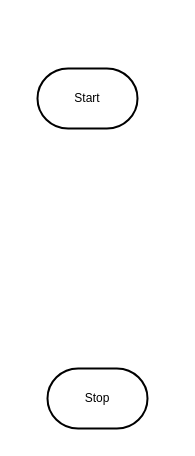
Earlier version of the draw.io diagram design/flowchart.drawio (MTHS-ICD2O-1-2024/ICD2O-Unit-6-04-Adrina-peighambarzadeh). Source tidied: cells renumbered, new cells numbered last; positions are measured from the earlier drawing's top-left corner, leaving out a move shared by most shapes. Both pictures are drawn from the tidied source at 100%, with x=0, y=0 at pixel (37, 68).
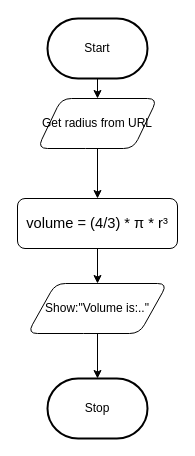
The same page after the edit.

Change to the diagram source:
```diff
@@
 <mxGraphModel>
   <root>
     <mxCell id="0" />
     <mxCell id="1" parent="0" />
+    <mxCell id="4" style="edgeStyle=none;html=1;" parent="1" edge="1" source="2" target="6">
+      <mxGeometry relative="1" as="geometry" />
+    </mxCell>
     <mxCell id="2" value="Start" style="strokeWidth=2;html=1;shape=mxgraph.flowchart.terminator;whiteSpace=wrap;" parent="1" vertex="1">
-      <mxGeometry width="100" height="60" as="geometry" />
+      <mxGeometry x="10" y="-50" width="100" height="60" as="geometry" />
     </mxCell>
     <mxCell id="3" value="Stop" style="strokeWidth=2;html=1;shape=mxgraph.flowchart.terminator;whiteSpace=wrap;" parent="1" vertex="1">
-      <mxGeometry x="10" y="300" width="100" height="60" as="geometry" />
+      <mxGeometry x="10" y="310" width="100" height="60" as="geometry" />
     </mxCell>
+    <mxCell id="5" style="edgeStyle=none;html=1;" parent="1" edge="1" source="6" target="8">
+      <mxGeometry relative="1" as="geometry" />
+    </mxCell>
+    <mxCell id="6" value="&lt;br&gt;Get radius from URL&lt;div&gt;&lt;br&gt;&lt;/div&gt;" style="shape=parallelogram;perimeter=parallelogramPerimeter;whiteSpace=wrap;html=1;dashed=0;rounded=1;" parent="1" vertex="1">
+      <mxGeometry y="30" width="120" height="50" as="geometry" />
+    </mxCell>
+    <mxCell id="7" style="edgeStyle=none;html=1;" parent="1" edge="1" source="8" target="10">
+      <mxGeometry relative="1" as="geometry" />
+    </mxCell>
+    <mxCell id="8" value="&lt;span id=&quot;docs-internal-guid-b0d104ad-7fff-d188-ac6f-89163b0c4264&quot;&gt;&lt;span style=&quot;font-size: 11pt; font-family: Arial, sans-serif; color: rgb(0, 0, 0); background-color: transparent; font-variant-numeric: normal; font-variant-east-asian: normal; font-variant-alternates: normal; font-variant-position: normal; font-variant-emoji: normal; vertical-align: baseline; white-space-collapse: preserve;&quot;&gt;volume = (4/3) * π * r³&lt;/span&gt;&lt;/span&gt;" style="html=1;dashed=0;whiteSpace=wrap;rounded=1;" parent="1" vertex="1">
+      <mxGeometry x="-20" y="130" width="160" height="50" as="geometry" />
+    </mxCell>
+    <mxCell id="9" style="edgeStyle=none;html=1;" parent="1" edge="1" source="10" target="3">
+      <mxGeometry relative="1" as="geometry" />
+    </mxCell>
+    <mxCell id="10" value="Show:&quot;Volume is:..&quot;" style="shape=parallelogram;perimeter=parallelogramPerimeter;whiteSpace=wrap;html=1;dashed=0;rounded=1;" parent="1" vertex="1">
+      <mxGeometry x="-10" y="215" width="140" height="50" as="geometry" />
+    </mxCell>
   </root>
 </mxGraphModel>
```
